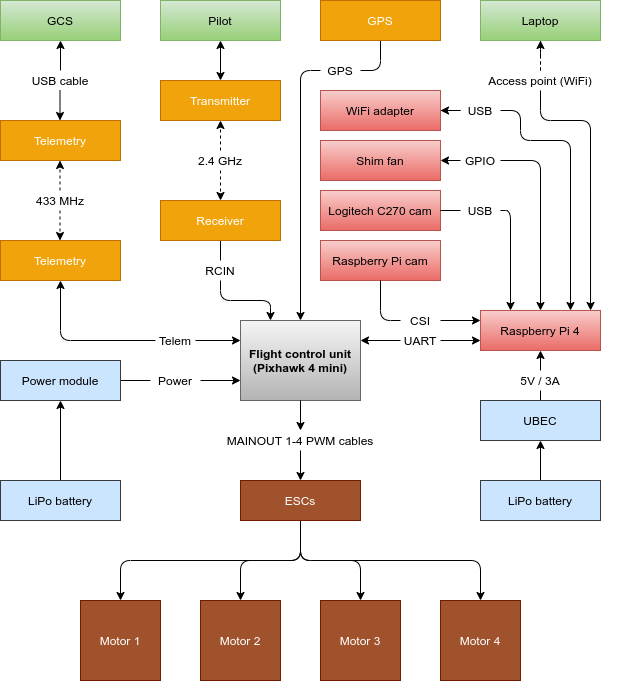
This is master_report/Figures/power_system/power_system.png from Kenil16/master_project, a draw.io export, as it was before one commit. Source tidied: cells renumbered, new cells last; positions are measured from the earlier drawing's top-left corner, leaving out a move shared by most shapes.
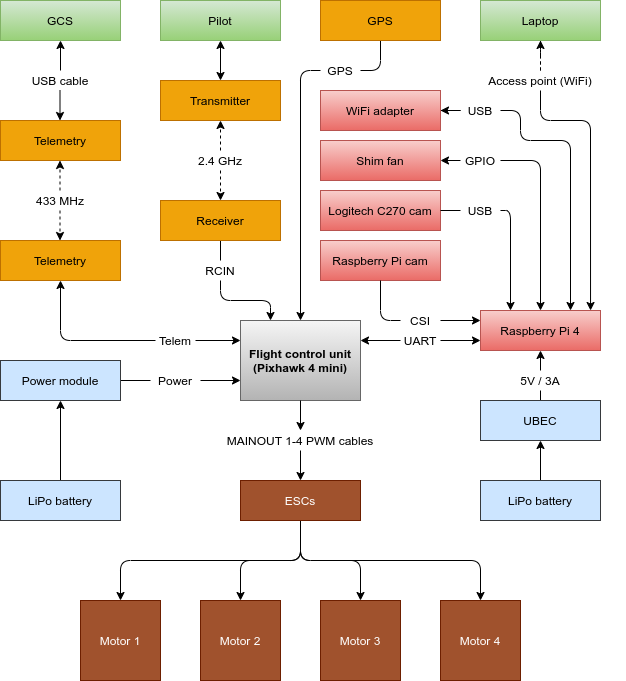
Above is the later version.

Diff of the diagram source:
```diff
@@ -5,7 +5,7 @@
     <mxCell id="2" value="GCS" style="rounded=0;whiteSpace=wrap;html=1;gradientColor=#97d077;fillColor=#d5e8d4;strokeColor=#82b366;" parent="1" vertex="1">
       <mxGeometry width="120" height="40" as="geometry" />
     </mxCell>
-    <mxCell id="3" value="Telemetry" style="rounded=0;whiteSpace=wrap;html=1;fillColor=#f0a30a;strokeColor=#BD7000;fontColor=#ffffff;" parent="1" vertex="1">
+    <mxCell id="3" value="&lt;font color=&quot;#000000&quot;&gt;Telemetry&lt;/font&gt;" style="rounded=0;whiteSpace=wrap;html=1;fillColor=#f0a30a;strokeColor=#BD7000;fontColor=#ffffff;" parent="1" vertex="1">
       <mxGeometry y="120" width="120" height="40" as="geometry" />
     </mxCell>
     <mxCell id="4" value="USB cable" style="text;html=1;strokeColor=none;fillColor=none;align=center;verticalAlign=middle;whiteSpace=wrap;rounded=0;" parent="1" vertex="1">
@@ -20,7 +20,7 @@
         <mxPoint x="59.5" y="120" as="targetPoint" />
       </mxGeometry>
     </mxCell>
-    <mxCell id="7" value="Telemetry" style="rounded=0;whiteSpace=wrap;html=1;fillColor=#f0a30a;strokeColor=#BD7000;fontColor=#ffffff;" parent="1" vertex="1">
+    <mxCell id="7" value="&lt;font color=&quot;#000000&quot;&gt;Telemetry&lt;/font&gt;" style="rounded=0;whiteSpace=wrap;html=1;fillColor=#f0a30a;strokeColor=#BD7000;fontColor=#ffffff;" parent="1" vertex="1">
       <mxGeometry y="240" width="120" height="40" as="geometry" />
     </mxCell>
     <mxCell id="8" value="433 MHz" style="text;html=1;strokeColor=none;fillColor=none;align=center;verticalAlign=middle;whiteSpace=wrap;rounded=0;" parent="1" vertex="1">
@@ -41,13 +41,13 @@
     <mxCell id="11" value="Pilot" style="rounded=0;whiteSpace=wrap;html=1;gradientColor=#97d077;fillColor=#d5e8d4;strokeColor=#82b366;" parent="1" vertex="1">
       <mxGeometry x="160" width="120" height="40" as="geometry" />
     </mxCell>
-    <mxCell id="12" value="Transmitter" style="rounded=0;whiteSpace=wrap;html=1;fillColor=#f0a30a;strokeColor=#BD7000;fontColor=#ffffff;" parent="1" vertex="1">
+    <mxCell id="12" value="&lt;font color=&quot;#000000&quot;&gt;Transmitter&lt;/font&gt;" style="rounded=0;whiteSpace=wrap;html=1;fillColor=#f0a30a;strokeColor=#BD7000;fontColor=#ffffff;" parent="1" vertex="1">
       <mxGeometry x="160" y="80" width="120" height="40" as="geometry" />
     </mxCell>
     <mxCell id="13" style="edgeStyle=orthogonalEdgeStyle;rounded=0;jettySize=auto;html=1;exitX=0.5;exitY=1;exitDx=0;exitDy=0;entryX=0.5;entryY=0;entryDx=0;entryDy=0;endArrow=none;endFill=0;strokeWidth=1;" parent="1" edge="1" source="14" target="25">
       <mxGeometry relative="1" as="geometry" />
     </mxCell>
-    <mxCell id="14" value="Receiver" style="rounded=0;whiteSpace=wrap;html=1;fillColor=#f0a30a;strokeColor=#BD7000;fontColor=#ffffff;" parent="1" vertex="1">
+    <mxCell id="14" value="&lt;font color=&quot;#000000&quot;&gt;Receiver&lt;/font&gt;" style="rounded=0;whiteSpace=wrap;html=1;fillColor=#f0a30a;strokeColor=#BD7000;fontColor=#ffffff;" parent="1" vertex="1">
       <mxGeometry x="160" y="200" width="120" height="40" as="geometry" />
     </mxCell>
     <mxCell id="15" style="edgeStyle=orthogonalEdgeStyle;rounded=0;jettySize=auto;html=1;exitX=0.5;exitY=1;exitDx=0;exitDy=0;entryX=0.5;entryY=0;entryDx=0;entryDy=0;endArrow=classic;endFill=1;strokeWidth=1;dashed=1;" parent="1" edge="1" source="16" target="14">
@@ -63,7 +63,7 @@
         </Array>
       </mxGeometry>
     </mxCell>
-    <mxCell id="18" value="GPS" style="rounded=0;whiteSpace=wrap;html=1;fillColor=#f0a30a;strokeColor=#BD7000;fontColor=#ffffff;" parent="1" vertex="1">
+    <mxCell id="18" value="&lt;font color=&quot;#000000&quot;&gt;GPS&lt;/font&gt;" style="rounded=0;whiteSpace=wrap;html=1;fillColor=#f0a30a;strokeColor=#BD7000;fontColor=#ffffff;" parent="1" vertex="1">
       <mxGeometry x="320" width="120" height="40" as="geometry" />
     </mxCell>
     <mxCell id="19" style="edgeStyle=orthogonalEdgeStyle;rounded=0;jettySize=auto;html=1;entryX=0.5;entryY=0;entryDx=0;entryDy=0;endArrow=classic;endFill=1;" parent="1" edge="1" source="51" target="40">
```
